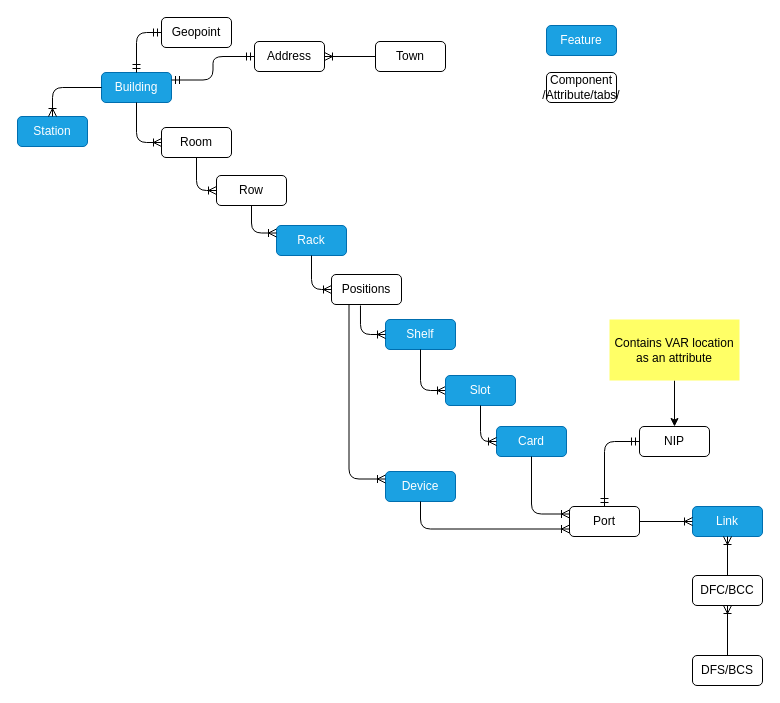
The draw.io diagram page "GIS" (3 of 6) of Untitled Diagram.drawio in dearishtaq/hello-world-old, before the edit. Source tidied: cells renumbered, new cells numbered last; positions are measured from the earlier drawing's top-left corner, leaving out a move shared by most shapes. Both pictures are drawn from the tidied source at 100%, with x=0, y=0 at pixel (17, 17).
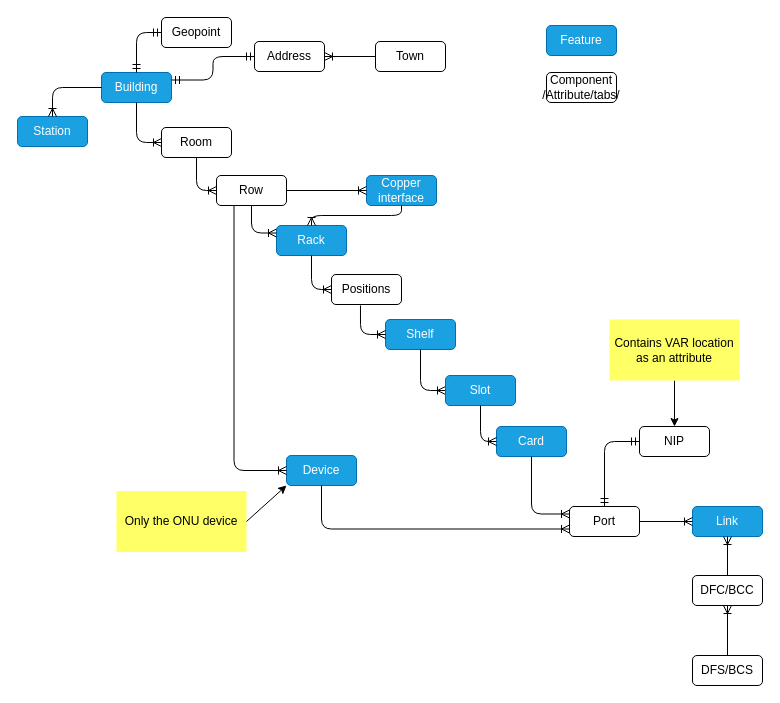
Above is the later version.

Unchanged cells that the change refers to:
```xml
<mxCell id="5" value="Rack" style="rounded=1;whiteSpace=wrap;html=1;fillColor=#1ba1e2;strokeColor=#006EAF;fontColor=#ffffff;" parent="1" vertex="1">
  <mxGeometry x="259" y="208" width="70" height="30" as="geometry" />
</mxCell>
<mxCell id="6" value="Positions" style="rounded=1;whiteSpace=wrap;html=1;" parent="1" vertex="1">
  <mxGeometry x="314" y="257" width="70" height="30" as="geometry" />
</mxCell>
<mxCell id="33" value="Row" style="rounded=1;whiteSpace=wrap;html=1;" parent="1" vertex="1">
  <mxGeometry x="199" y="158" width="70" height="30" as="geometry" />
</mxCell>
```

The edit, as a diff of the source:
```diff
@@
     <mxCell id="15" value="Device" style="rounded=1;whiteSpace=wrap;html=1;fillColor=#1ba1e2;strokeColor=#006EAF;fontColor=#ffffff;" parent="1" vertex="1">
-      <mxGeometry x="368" y="454" width="70" height="30" as="geometry" />
+      <mxGeometry x="269" y="438" width="70" height="30" as="geometry" />
     </mxCell>
-    <mxCell id="16" style="edgeStyle=orthogonalEdgeStyle;fontSize=12;html=1;endArrow=ERoneToMany;exitX=0.25;exitY=1;exitDx=0;exitDy=0;entryX=0;entryY=0.25;entryDx=0;entryDy=0;" parent="1" edge="1" source="6" target="15">
+    <mxCell id="16" style="edgeStyle=orthogonalEdgeStyle;fontSize=12;html=1;endArrow=ERoneToMany;exitX=0.25;exitY=1;exitDx=0;exitDy=0;entryX=0;entryY=0.5;entryDx=0;entryDy=0;" parent="1" edge="1" source="33" target="15">
       <mxGeometry relative="1" as="geometry" />
     </mxCell>
@@
+    <mxCell id="43" value="Only the ONU device" style="text;html=1;strokeColor=none;align=center;verticalAlign=middle;whiteSpace=wrap;overflow=hidden;fillColor=#FFFF66;" parent="1" vertex="1">
+      <mxGeometry x="99" y="473.5" width="130" height="61" as="geometry" />
+    </mxCell>
+    <mxCell id="44" style="rounded=0;jettySize=auto;html=1;exitX=1;exitY=0.5;exitDx=0;exitDy=0;entryX=0;entryY=1;entryDx=0;entryDy=0;" parent="1" edge="1" source="43" target="15">
+      <mxGeometry relative="1" as="geometry" />
+    </mxCell>
+    <mxCell id="45" value="Copper interface" style="rounded=1;whiteSpace=wrap;html=1;fillColor=#1ba1e2;strokeColor=#006EAF;fontColor=#ffffff;" parent="1" vertex="1">
+      <mxGeometry x="349" y="158" width="70" height="30" as="geometry" />
+    </mxCell>
+    <mxCell id="46" style="edgeStyle=orthogonalEdgeStyle;fontSize=12;html=1;endArrow=ERoneToMany;entryX=0.5;entryY=0;entryDx=0;entryDy=0;exitX=0.5;exitY=1;exitDx=0;exitDy=0;" parent="1" edge="1" source="45" target="5">
+      <mxGeometry relative="1" as="geometry" />
+    </mxCell>
+    <mxCell id="47" style="edgeStyle=orthogonalEdgeStyle;fontSize=12;html=1;endArrow=ERoneToMany;exitX=1;exitY=0.5;exitDx=0;exitDy=0;entryX=0;entryY=0.5;entryDx=0;entryDy=0;" parent="1" edge="1" source="33" target="45">
+      <mxGeometry relative="1" as="geometry" />
+    </mxCell>
```
